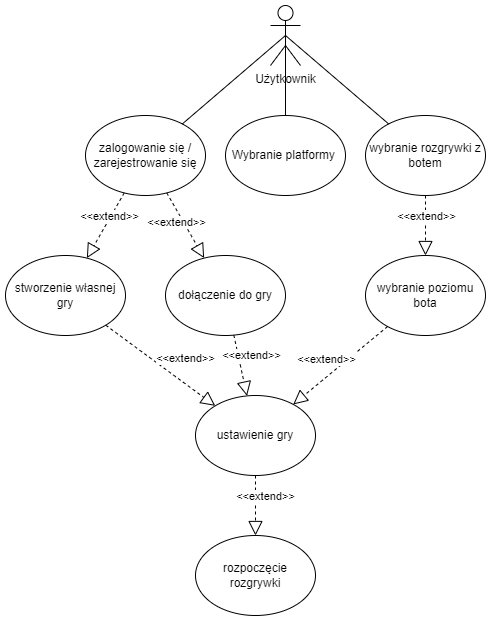
adbednarz/engenering-thesis keeps this draw.io diagram as img/przypadki-uzycia.png. Above is the earlier version. Source tidied: cells renumbered, new cells last; positions are measured from the earlier drawing's top-left corner, leaving out a move shared by most shapes. Its diagram source:
```xml
<mxGraphModel>
  <root>
    <mxCell id="0" />
    <mxCell id="1" parent="0" />
    <mxCell id="2" value="Użytkownik" style="shape=umlActor;verticalLabelPosition=bottom;verticalAlign=top;html=1;outlineConnect=0;" parent="1" vertex="1">
      <mxGeometry x="265" width="30" height="60" as="geometry" />
    </mxCell>
    <mxCell id="3" value="zalogowanie się / zarejestrowanie się" style="ellipse;whiteSpace=wrap;html=1;" parent="1" vertex="1">
      <mxGeometry x="80" y="110" width="120" height="80" as="geometry" />
    </mxCell>
    <mxCell id="4" value="rozpoczęcie rozgrywki" style="ellipse;whiteSpace=wrap;html=1;" parent="1" vertex="1">
      <mxGeometry x="190" y="530" width="120" height="80" as="geometry" />
    </mxCell>
    <mxCell id="5" value="wybranie rozgrywki z botem" style="ellipse;whiteSpace=wrap;html=1;" parent="1" vertex="1">
      <mxGeometry x="360" y="110" width="120" height="80" as="geometry" />
    </mxCell>
    <mxCell id="6" value="Wybranie platformy&amp;nbsp;" style="ellipse;whiteSpace=wrap;html=1;" parent="1" vertex="1">
      <mxGeometry x="220" y="110" width="120" height="80" as="geometry" />
    </mxCell>
    <mxCell id="7" value="wybranie poziomu bota" style="ellipse;whiteSpace=wrap;html=1;" parent="1" vertex="1">
      <mxGeometry x="360" y="250" width="120" height="80" as="geometry" />
    </mxCell>
    <mxCell id="8" style="endArrow=none;html=1;rounded=0;exitX=0.5;exitY=0.5;exitDx=0;exitDy=0;exitPerimeter=0;" parent="1" edge="1" source="2" target="3">
      <mxGeometry relative="1" as="geometry" />
    </mxCell>
    <mxCell id="9" style="endArrow=none;html=1;rounded=0;exitX=0.5;exitY=0.5;exitDx=0;exitDy=0;exitPerimeter=0;" parent="1" edge="1" source="2" target="5">
      <mxGeometry relative="1" as="geometry" />
    </mxCell>
    <mxCell id="10" style="endArrow=none;html=1;rounded=0;exitX=0.5;exitY=0.5;exitDx=0;exitDy=0;exitPerimeter=0;" parent="1" edge="1" source="2" target="6">
      <mxGeometry relative="1" as="geometry" />
    </mxCell>
    <mxCell id="11" style="endArrow=block;dashed=1;endFill=0;endSize=12;html=1;rounded=0;" parent="1" edge="1" source="5" target="7">
      <mxGeometry relative="1" as="geometry" />
    </mxCell>
    <mxCell id="12" value="&amp;lt;&amp;lt;extend&amp;gt;&amp;gt;" style="edgeLabel;html=1;align=center;verticalAlign=middle;" parent="11" vertex="1">
      <mxGeometry x="0.29" y="1" relative="1" as="geometry">
        <mxPoint x="-1" y="-19" as="offset" />
      </mxGeometry>
    </mxCell>
    <mxCell id="13" value="stworzenie własnej gry" style="ellipse;whiteSpace=wrap;html=1;" parent="1" vertex="1">
      <mxGeometry y="250" width="120" height="80" as="geometry" />
    </mxCell>
    <mxCell id="14" value="dołączenie do gry" style="ellipse;whiteSpace=wrap;html=1;" parent="1" vertex="1">
      <mxGeometry x="160" y="250" width="120" height="80" as="geometry" />
    </mxCell>
    <mxCell id="15" style="endArrow=block;dashed=1;endFill=0;endSize=12;html=1;rounded=0;" parent="1" edge="1" source="3" target="13">
      <mxGeometry relative="1" as="geometry" />
    </mxCell>
    <mxCell id="16" value="&amp;lt;&amp;lt;extend&amp;gt;&amp;gt;" style="edgeLabel;html=1;align=center;verticalAlign=middle;" parent="15" vertex="1">
      <mxGeometry x="0.29" y="1" relative="1" as="geometry">
        <mxPoint x="8" y="-19" as="offset" />
      </mxGeometry>
    </mxCell>
    <mxCell id="17" style="endArrow=block;dashed=1;endFill=0;endSize=12;html=1;rounded=0;" parent="1" edge="1" source="3" target="14">
      <mxGeometry relative="1" as="geometry" />
    </mxCell>
    <mxCell id="18" value="&amp;lt;&amp;lt;extend&amp;gt;&amp;gt;" style="edgeLabel;html=1;align=center;verticalAlign=middle;" parent="17" vertex="1">
      <mxGeometry x="0.29" y="1" relative="1" as="geometry">
        <mxPoint x="-16" y="-12" as="offset" />
      </mxGeometry>
    </mxCell>
    <mxCell id="19" style="endArrow=block;dashed=1;endFill=0;endSize=12;html=1;rounded=0;" parent="1" edge="1" source="7" target="21">
      <mxGeometry relative="1" as="geometry" />
    </mxCell>
    <mxCell id="20" value="&amp;lt;&amp;lt;extend&amp;gt;&amp;gt;" style="edgeLabel;html=1;align=center;verticalAlign=middle;" parent="19" vertex="1">
      <mxGeometry x="0.29" y="1" relative="1" as="geometry">
        <mxPoint x="-1" y="-19" as="offset" />
      </mxGeometry>
    </mxCell>
    <mxCell id="21" value="ustawienie gry" style="ellipse;whiteSpace=wrap;html=1;" parent="1" vertex="1">
      <mxGeometry x="190" y="390" width="120" height="80" as="geometry" />
    </mxCell>
    <mxCell id="22" style="endArrow=block;dashed=1;endFill=0;endSize=12;html=1;rounded=0;" parent="1" edge="1" source="13" target="21">
      <mxGeometry relative="1" as="geometry" />
    </mxCell>
    <mxCell id="23" value="&amp;lt;&amp;lt;extend&amp;gt;&amp;gt;" style="edgeLabel;html=1;align=center;verticalAlign=middle;" parent="22" vertex="1">
      <mxGeometry x="0.29" y="1" relative="1" as="geometry">
        <mxPoint x="8" y="-19" as="offset" />
      </mxGeometry>
    </mxCell>
    <mxCell id="24" style="endArrow=block;dashed=1;endFill=0;endSize=12;html=1;rounded=0;" parent="1" edge="1" source="14" target="21">
      <mxGeometry relative="1" as="geometry" />
    </mxCell>
    <mxCell id="25" value="&amp;lt;&amp;lt;extend&amp;gt;&amp;gt;" style="edgeLabel;html=1;align=center;verticalAlign=middle;" parent="24" vertex="1">
      <mxGeometry x="0.29" y="1" relative="1" as="geometry">
        <mxPoint x="8" y="-19" as="offset" />
      </mxGeometry>
    </mxCell>
    <mxCell id="26" style="endArrow=block;dashed=1;endFill=0;endSize=12;html=1;rounded=0;" parent="1" edge="1" source="21" target="4">
      <mxGeometry relative="1" as="geometry" />
    </mxCell>
    <mxCell id="27" value="&amp;lt;&amp;lt;extend&amp;gt;&amp;gt;" style="edgeLabel;html=1;align=center;verticalAlign=middle;" parent="26" vertex="1">
      <mxGeometry x="0.29" y="1" relative="1" as="geometry">
        <mxPoint x="8" y="-19" as="offset" />
      </mxGeometry>
    </mxCell>
  </root>
</mxGraphModel>
```
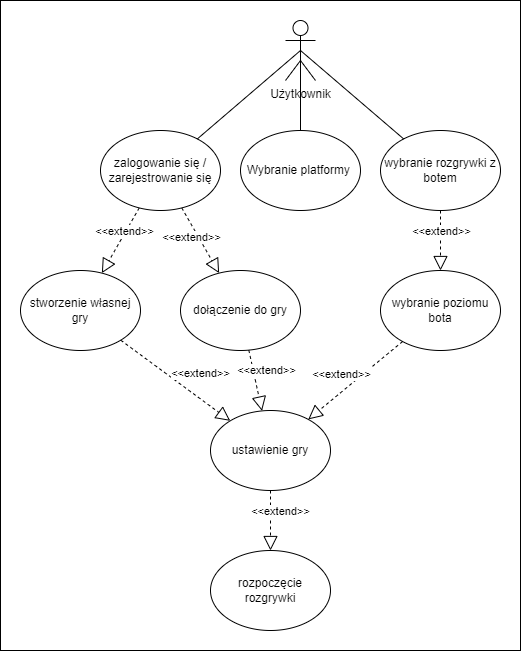
Later version of the same file.

Change to the diagram source:
```diff
@@ -2,6 +2,9 @@
   <root>
     <mxCell id="0" />
     <mxCell id="1" parent="0" />
+    <mxCell id="28" style="rounded=0;whiteSpace=wrap;html=1;" parent="1" vertex="1">
+      <mxGeometry x="-20" y="-20" width="520" height="650" as="geometry" />
+    </mxCell>
     <mxCell id="2" value="Użytkownik" style="shape=umlActor;verticalLabelPosition=bottom;verticalAlign=top;html=1;outlineConnect=0;" parent="1" vertex="1">
       <mxGeometry x="265" width="30" height="60" as="geometry" />
     </mxCell>
```
